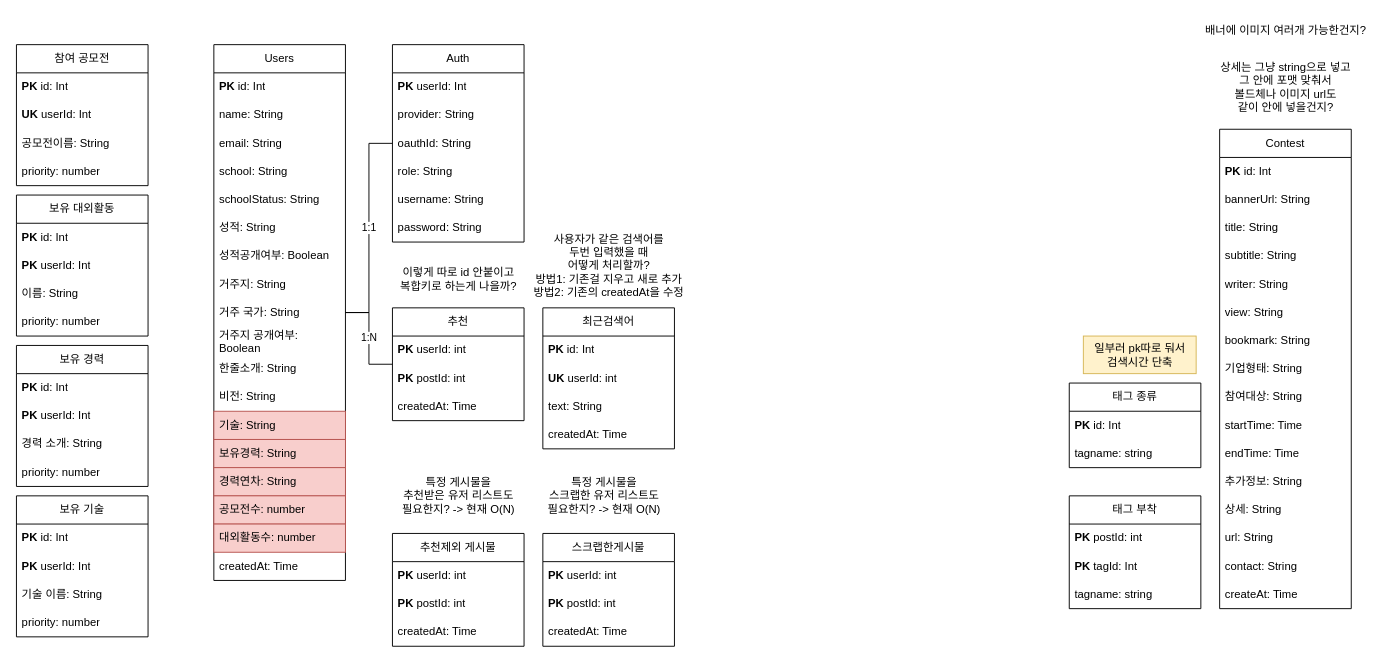
This is 인잡.drawio from oyc0401/spring, a draw.io file, before an edit. Source tidied: cells renumbered, new cells numbered last; positions are measured from the earlier drawing's top-left corner, leaving out a move shared by most shapes. Both pictures are drawn from the tidied source at 94%, with x=0, y=0 at pixel (16, 16).
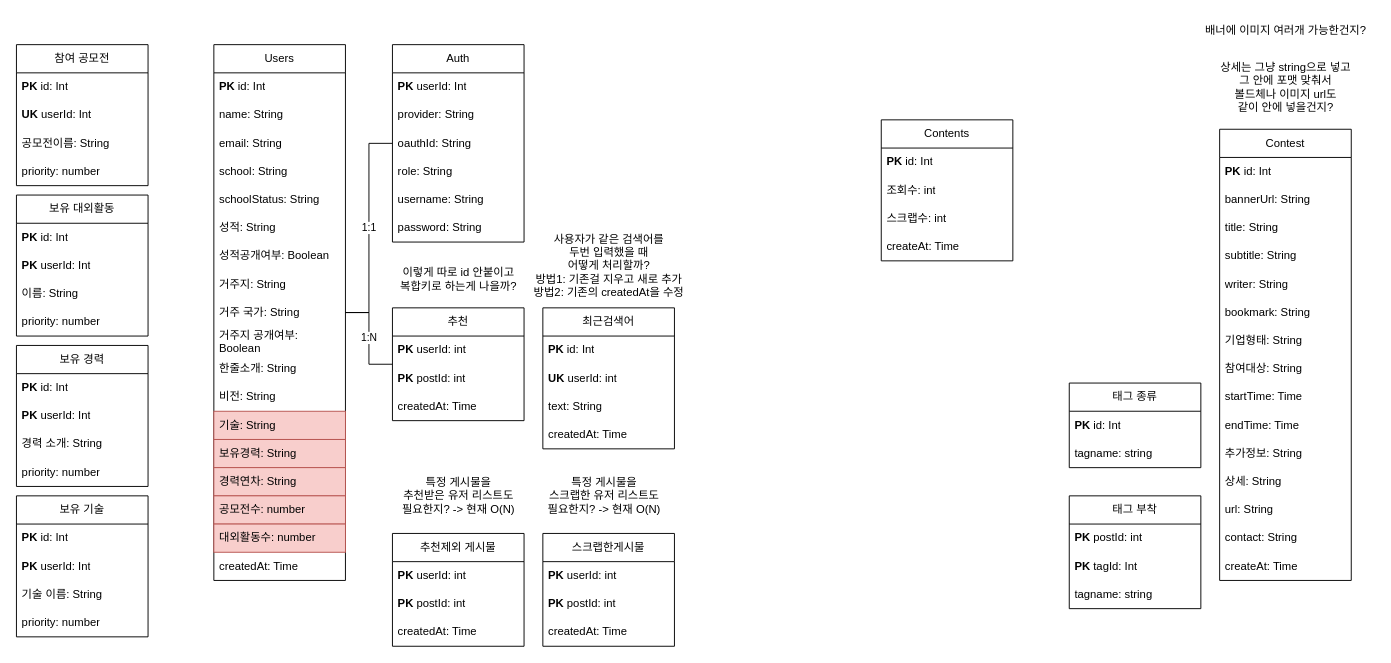
Above is the later version.

Commit message:
인잡.drawio 업데이트

The edit, as a diff of the source:
```diff
@@
     <mxCell id="30" value="Contest" style="swimlane;fontStyle=0;horizontal=1;startSize=30;whiteSpace=wrap;html=1;" parent="1" vertex="1">
-      <mxGeometry x="1280" y="120" width="140" height="510" as="geometry" />
+      <mxGeometry x="1280" y="120" width="140" height="480" as="geometry" />
     </mxCell>
@@
-    <mxCell id="36" value="view: String" style="text;strokeColor=none;fillColor=none;align=left;verticalAlign=middle;spacingLeft=4;spacingRight=4;overflow=hidden;whiteSpace=wrap;html=1;" parent="30" vertex="1">
-      <mxGeometry y="180" width="140" height="30" as="geometry" />
-    </mxCell>
     <mxCell id="37" value="bookmark: String" style="text;strokeColor=none;fillColor=none;align=left;verticalAlign=middle;spacingLeft=4;spacingRight=4;overflow=hidden;whiteSpace=wrap;html=1;" parent="30" vertex="1">
-      <mxGeometry y="210" width="140" height="30" as="geometry" />
+      <mxGeometry y="180" width="140" height="30" as="geometry" />
     </mxCell>
     <mxCell id="38" value="기업형태: String" style="text;strokeColor=none;fillColor=none;align=left;verticalAlign=middle;spacingLeft=4;spacingRight=4;overflow=hidden;whiteSpace=wrap;html=1;" parent="30" vertex="1">
-      <mxGeometry y="240" width="140" height="30" as="geometry" />
+      <mxGeometry y="210" width="140" height="30" as="geometry" />
     </mxCell>
     <mxCell id="39" value="참여대상: String" style="text;strokeColor=none;fillColor=none;align=left;verticalAlign=middle;spacingLeft=4;spacingRight=4;overflow=hidden;whiteSpace=wrap;html=1;" parent="30" vertex="1">
-      <mxGeometry y="270" width="140" height="30" as="geometry" />
+      <mxGeometry y="240" width="140" height="30" as="geometry" />
     </mxCell>
     <mxCell id="40" value="startTime: Time" style="text;strokeColor=none;fillColor=none;align=left;verticalAlign=middle;spacingLeft=4;spacingRight=4;overflow=hidden;whiteSpace=wrap;html=1;" parent="30" vertex="1">
-      <mxGeometry y="300" width="140" height="30" as="geometry" />
+      <mxGeometry y="270" width="140" height="30" as="geometry" />
     </mxCell>
     <mxCell id="41" value="endTime: Time" style="text;strokeColor=none;fillColor=none;align=left;verticalAlign=middle;spacingLeft=4;spacingRight=4;overflow=hidden;whiteSpace=wrap;html=1;" parent="30" vertex="1">
-      <mxGeometry y="330" width="140" height="30" as="geometry" />
+      <mxGeometry y="300" width="140" height="30" as="geometry" />
     </mxCell>
     <mxCell id="42" value="추가정보: String" style="text;strokeColor=none;fillColor=none;align=left;verticalAlign=middle;spacingLeft=4;spacingRight=4;overflow=hidden;whiteSpace=wrap;html=1;" parent="30" vertex="1">
-      <mxGeometry y="360" width="140" height="30" as="geometry" />
+      <mxGeometry y="330" width="140" height="30" as="geometry" />
     </mxCell>
     <mxCell id="43" value="상세: String" style="text;strokeColor=none;fillColor=none;align=left;verticalAlign=middle;spacingLeft=4;spacingRight=4;overflow=hidden;whiteSpace=wrap;html=1;" parent="30" vertex="1">
-      <mxGeometry y="390" width="140" height="30" as="geometry" />
+      <mxGeometry y="360" width="140" height="30" as="geometry" />
     </mxCell>
     <mxCell id="44" value="url: String" style="text;strokeColor=none;fillColor=none;align=left;verticalAlign=middle;spacingLeft=4;spacingRight=4;overflow=hidden;whiteSpace=wrap;html=1;" parent="30" vertex="1">
-      <mxGeometry y="420" width="140" height="30" as="geometry" />
+      <mxGeometry y="390" width="140" height="30" as="geometry" />
     </mxCell>
     <mxCell id="45" value="contact: String" style="text;strokeColor=none;fillColor=none;align=left;verticalAlign=middle;spacingLeft=4;spacingRight=4;overflow=hidden;whiteSpace=wrap;html=1;" parent="30" vertex="1">
-      <mxGeometry y="450" width="140" height="30" as="geometry" />
+      <mxGeometry y="420" width="140" height="30" as="geometry" />
     </mxCell>
     <mxCell id="46" value="createAt: Time" style="text;strokeColor=none;fillColor=none;align=left;verticalAlign=middle;spacingLeft=4;spacingRight=4;overflow=hidden;whiteSpace=wrap;html=1;" parent="30" vertex="1">
-      <mxGeometry y="480" width="140" height="30" as="geometry" />
+      <mxGeometry y="450" width="140" height="30" as="geometry" />
     </mxCell>
@@
-    <mxCell id="77" value="일부러 pk따로 둬서&lt;br&gt;검색시간 단축" style="text;html=1;align=center;verticalAlign=middle;strokeColor=#d6b656;fillColor=#fff2cc;" parent="1" vertex="1">
-      <mxGeometry x="1135" y="340" width="120" height="40" as="geometry" />
-    </mxCell>
@@
+    <mxCell id="98" value="Contents" style="swimlane;fontStyle=0;horizontal=1;startSize=30;whiteSpace=wrap;html=1;" parent="1" vertex="1">
+      <mxGeometry x="920" y="110" width="140" height="150" as="geometry" />
+    </mxCell>
+    <mxCell id="99" value="&lt;b&gt;PK&amp;nbsp;&lt;/b&gt;id: Int" style="text;strokeColor=none;fillColor=none;align=left;verticalAlign=middle;spacingLeft=4;spacingRight=4;overflow=hidden;whiteSpace=wrap;html=1;" parent="98" vertex="1">
+      <mxGeometry y="30" width="140" height="30" as="geometry" />
+    </mxCell>
+    <mxCell id="100" value="조회수: int" style="text;strokeColor=none;fillColor=none;align=left;verticalAlign=middle;spacingLeft=4;spacingRight=4;overflow=hidden;whiteSpace=wrap;html=1;" parent="98" vertex="1">
+      <mxGeometry y="60" width="140" height="30" as="geometry" />
+    </mxCell>
+    <mxCell id="101" value="스크랩수: int" style="text;strokeColor=none;fillColor=none;align=left;verticalAlign=middle;spacingLeft=4;spacingRight=4;overflow=hidden;whiteSpace=wrap;html=1;" parent="98" vertex="1">
+      <mxGeometry y="90" width="140" height="30" as="geometry" />
+    </mxCell>
+    <mxCell id="102" value="createAt: Time" style="text;strokeColor=none;fillColor=none;align=left;verticalAlign=middle;spacingLeft=4;spacingRight=4;overflow=hidden;whiteSpace=wrap;html=1;" parent="98" vertex="1">
+      <mxGeometry y="120" width="140" height="30" as="geometry" />
+    </mxCell>
```
